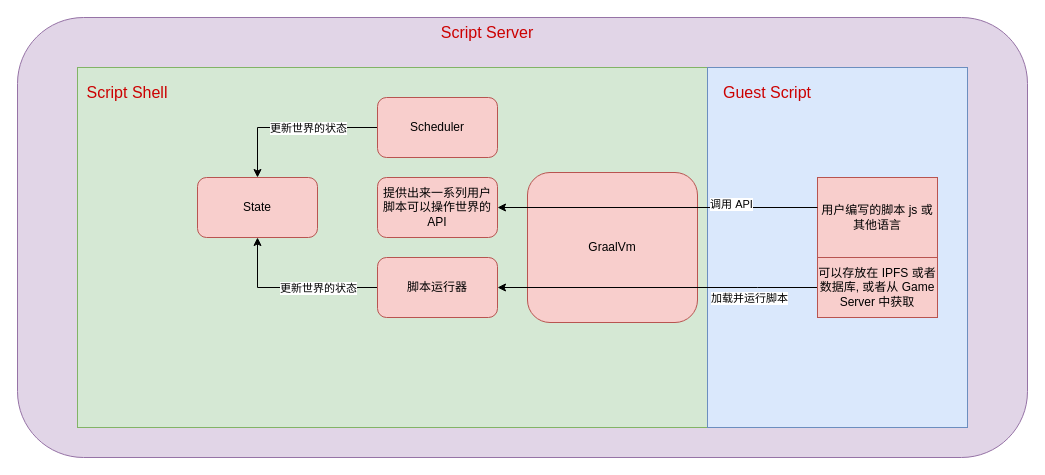
Above: Script Server 设计图.drawio in haaohao/drawio (draw.io), before the change. Source tidied: cells renumbered, new cells numbered last; positions are measured from the earlier drawing's top-left corner, leaving out a move shared by most shapes. Both pictures are drawn from the tidied source at 100%, with x=0, y=0 at pixel (17, 17).
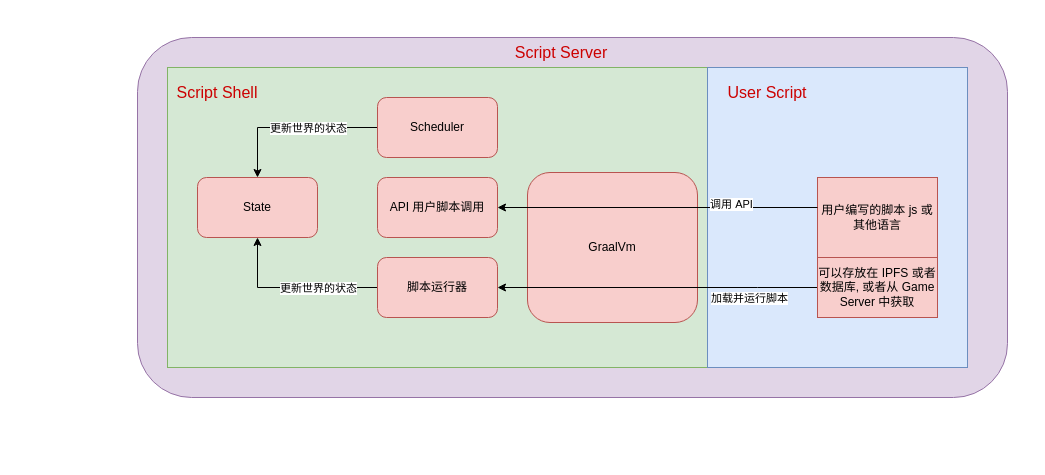
The same page after the edit.

Change to the diagram source:
```diff
@@
     <mxCell id="2" style="rounded=1;whiteSpace=wrap;html=1;fillColor=#e1d5e7;strokeColor=#9673a6;" parent="1" vertex="1">
-      <mxGeometry width="1010" height="440" as="geometry" />
+      <mxGeometry x="120" y="20" width="870" height="360" as="geometry" />
     </mxCell>
     <mxCell id="3" style="rounded=0;whiteSpace=wrap;html=1;fillColor=#d5e8d4;strokeColor=#82b366;" parent="1" vertex="1">
-      <mxGeometry x="60" y="50" width="630" height="360" as="geometry" />
+      <mxGeometry x="150" y="50" width="540" height="300" as="geometry" />
     </mxCell>
@@
-    <mxCell id="7" value="提供出来一系列用户脚本可以操作世界的 API" style="rounded=1;whiteSpace=wrap;html=1;fillColor=#f8cecc;strokeColor=#b85450;" parent="1" vertex="1">
+    <mxCell id="7" value="API 用户脚本调用" style="rounded=1;whiteSpace=wrap;html=1;fillColor=#f8cecc;strokeColor=#b85450;" parent="1" vertex="1">
       <mxGeometry x="360" y="160" width="120" height="60" as="geometry" />
     </mxCell>
@@
     <mxCell id="12" style="rounded=0;whiteSpace=wrap;html=1;fillColor=#dae8fc;strokeColor=#6c8ebf;" parent="1" vertex="1">
-      <mxGeometry x="690" y="50" width="260" height="360" as="geometry" />
+      <mxGeometry x="690" y="50" width="260" height="300" as="geometry" />
     </mxCell>
@@
     <mxCell id="19" value="&lt;font style=&quot;font-size: 16px&quot; color=&quot;#cc0000&quot;&gt;Script Shell&lt;/font&gt;" style="text;html=1;strokeColor=none;fillColor=none;align=center;verticalAlign=middle;whiteSpace=wrap;rounded=0;strokeWidth=3;" parent="1" vertex="1">
-      <mxGeometry x="60" y="60" width="100" height="30" as="geometry" />
+      <mxGeometry x="150" y="60" width="100" height="30" as="geometry" />
     </mxCell>
-    <mxCell id="20" value="&lt;font style=&quot;font-size: 16px&quot; color=&quot;#cc0000&quot;&gt;Guest Script&lt;/font&gt;" style="text;html=1;strokeColor=none;fillColor=none;align=center;verticalAlign=middle;whiteSpace=wrap;rounded=0;" parent="1" vertex="1">
+    <mxCell id="20" value="&lt;font style=&quot;font-size: 16px&quot; color=&quot;#cc0000&quot;&gt;User Script&lt;/font&gt;" style="text;html=1;strokeColor=none;fillColor=none;align=center;verticalAlign=middle;whiteSpace=wrap;rounded=0;" parent="1" vertex="1">
       <mxGeometry x="700" y="60" width="100" height="30" as="geometry" />
     </mxCell>
@@
     <mxCell id="22" value="&lt;font style=&quot;font-size: 16px&quot; color=&quot;#cc0000&quot;&gt;Script Server&lt;/font&gt;" style="text;html=1;strokeColor=none;fillColor=none;align=center;verticalAlign=middle;whiteSpace=wrap;rounded=0;strokeWidth=3;" parent="1" vertex="1">
-      <mxGeometry x="420" width="100" height="30" as="geometry" />
+      <mxGeometry x="494" y="20" width="100" height="30" as="geometry" />
     </mxCell>
```
